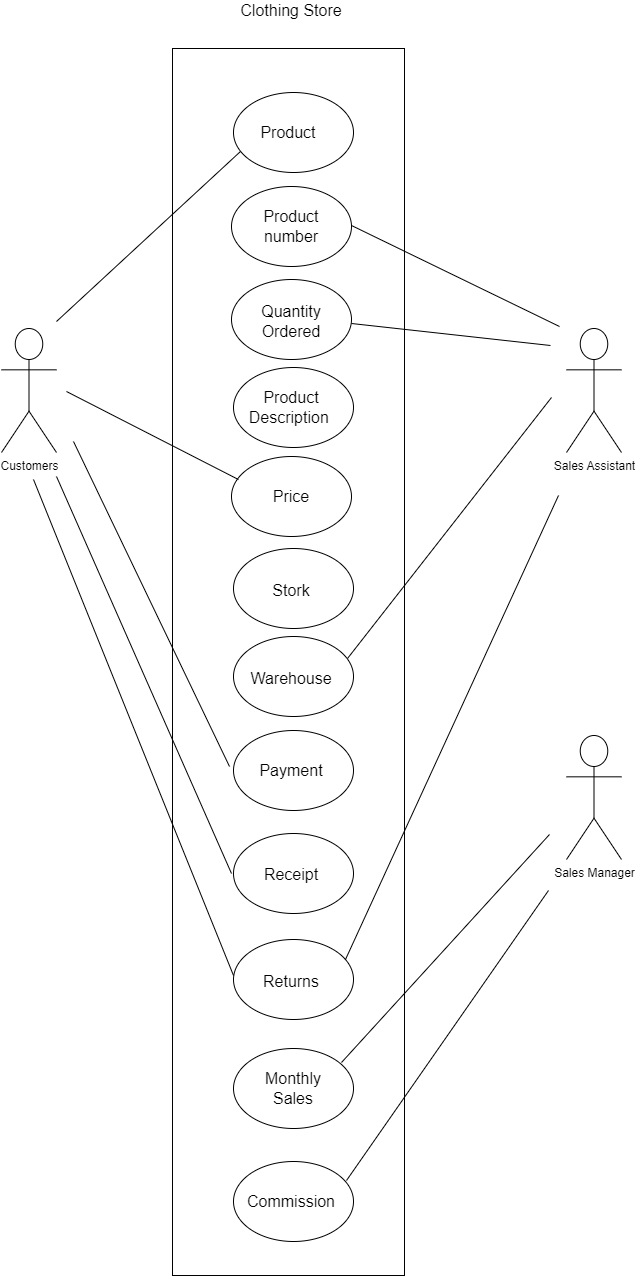
Earlier version of the draw.io export Untitled Diagram.drawio.png (Jessnet7/UML). Source tidied: cells renumbered, new cells last; positions are measured from the earlier drawing's top-left corner, leaving out a move shared by most shapes.
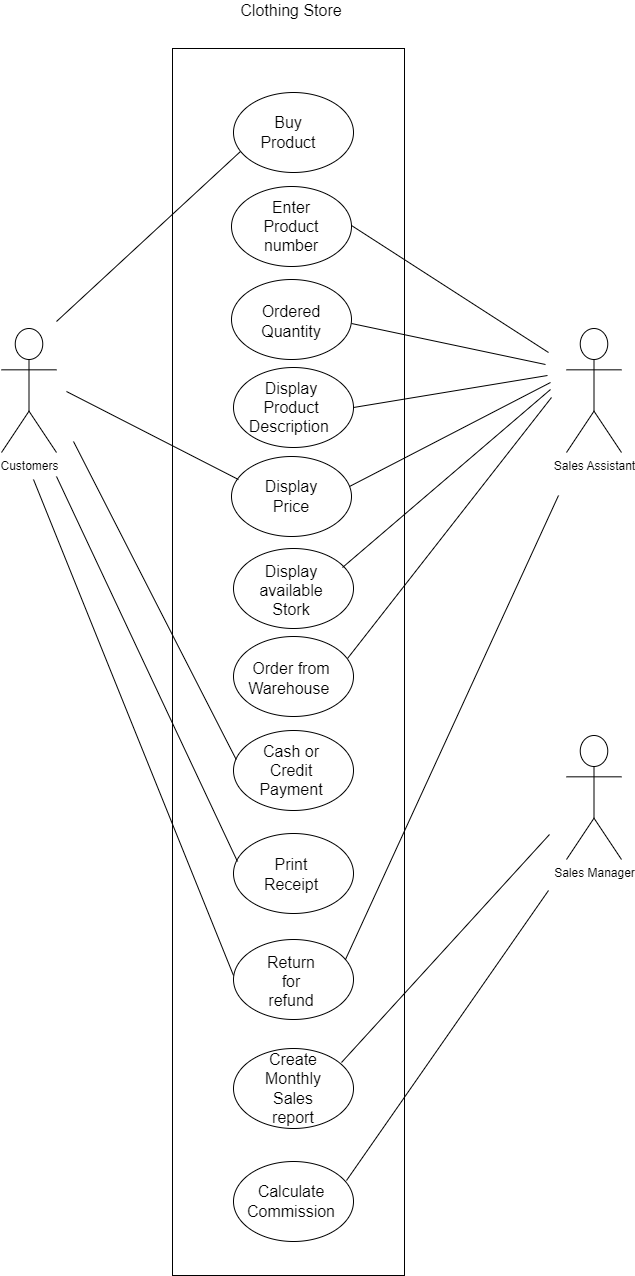
Later version of the same file.

Diff of the diagram source:
```diff
@@ -14,10 +14,10 @@
     <mxCell id="5" style="ellipse;whiteSpace=wrap;html=1;fontSize=13;" parent="1" vertex="1">
       <mxGeometry x="230" y="278" width="120" height="80" as="geometry" />
     </mxCell>
-    <mxCell id="6" value="Product number" style="text;html=1;align=center;verticalAlign=middle;whiteSpace=wrap;rounded=0;fontSize=16;" parent="1" vertex="1">
+    <mxCell id="6" value="Enter&lt;div&gt;Product number&lt;/div&gt;" style="text;html=1;align=center;verticalAlign=middle;whiteSpace=wrap;rounded=0;fontSize=16;" parent="1" vertex="1">
       <mxGeometry x="260" y="210" width="60" height="30" as="geometry" />
     </mxCell>
-    <mxCell id="7" value="Quantity Ordered" style="text;html=1;align=center;verticalAlign=middle;whiteSpace=wrap;rounded=0;fontSize=16;" parent="1" vertex="1">
+    <mxCell id="7" value="Ordered Quantity" style="text;html=1;align=center;verticalAlign=middle;whiteSpace=wrap;rounded=0;fontSize=16;" parent="1" vertex="1">
       <mxGeometry x="260" y="305" width="60" height="30" as="geometry" />
     </mxCell>
     <mxCell id="8" style="ellipse;whiteSpace=wrap;html=1;fontSize=13;" parent="1" vertex="1">
@@ -32,22 +32,27 @@
     <mxCell id="11" style="ellipse;whiteSpace=wrap;html=1;fontSize=13;" parent="1" vertex="1">
       <mxGeometry x="232" y="635" width="120" height="80" as="geometry" />
     </mxCell>
-    <mxCell id="12" value="Product Description&amp;nbsp;" style="text;html=1;align=center;verticalAlign=middle;whiteSpace=wrap;rounded=0;fontSize=16;" parent="1" vertex="1">
+    <mxCell id="12" value="Display Product Description&amp;nbsp;" style="text;html=1;align=center;verticalAlign=middle;whiteSpace=wrap;rounded=0;fontSize=16;" parent="1" vertex="1">
       <mxGeometry x="260" y="391" width="60" height="30" as="geometry" />
     </mxCell>
+    <mxCell id="42" style="edgeStyle=orthogonalEdgeStyle;rounded=0;jettySize=auto;html=1;exitX=1;exitY=0.25;exitDx=0;exitDy=0;" parent="1" edge="1" source="13">
+      <mxGeometry relative="1" as="geometry">
+        <mxPoint x="320" y="488" as="targetPoint" />
+      </mxGeometry>
+    </mxCell>
-    <mxCell id="13" value="Price" style="text;html=1;align=center;verticalAlign=middle;whiteSpace=wrap;rounded=0;fontSize=16;" parent="1" vertex="1">
+    <mxCell id="13" value="Display Price" style="text;html=1;align=center;verticalAlign=middle;whiteSpace=wrap;rounded=0;fontSize=16;" parent="1" vertex="1">
       <mxGeometry x="260" y="480" width="60" height="30" as="geometry" />
     </mxCell>
-    <mxCell id="14" value="Stork" style="text;html=1;align=center;verticalAlign=middle;whiteSpace=wrap;rounded=0;fontSize=16;" parent="1" vertex="1">
+    <mxCell id="14" value="Display available Stork" style="text;html=1;align=center;verticalAlign=middle;whiteSpace=wrap;rounded=0;fontSize=16;" parent="1" vertex="1">
       <mxGeometry x="260" y="574" width="60" height="30" as="geometry" />
     </mxCell>
-    <mxCell id="15" value="Warehouse" style="text;html=1;align=center;verticalAlign=middle;whiteSpace=wrap;rounded=0;fontSize=16;" parent="1" vertex="1">
+    <mxCell id="15" value="Order from&lt;div&gt;Warehouse&amp;nbsp;&lt;/div&gt;" style="text;html=1;align=center;verticalAlign=middle;whiteSpace=wrap;rounded=0;fontSize=16;" parent="1" vertex="1">
       <mxGeometry x="260" y="662" width="60" height="30" as="geometry" />
     </mxCell>
     <mxCell id="16" style="ellipse;whiteSpace=wrap;html=1;fontSize=13;" parent="1" vertex="1">
       <mxGeometry x="232" y="91" width="120" height="80" as="geometry" />
     </mxCell>
-    <mxCell id="17" value="Product" style="text;html=1;align=center;verticalAlign=middle;whiteSpace=wrap;rounded=0;fontSize=16;" parent="1" vertex="1">
+    <mxCell id="17" value="Buy Product" style="text;html=1;align=center;verticalAlign=middle;whiteSpace=wrap;rounded=0;fontSize=16;" parent="1" vertex="1">
       <mxGeometry x="257" y="116" width="60" height="30" as="geometry" />
     </mxCell>
     <mxCell id="18" style="ellipse;whiteSpace=wrap;html=1;fontSize=13;" parent="1" vertex="1">
@@ -59,25 +64,25 @@
     <mxCell id="20" style="ellipse;whiteSpace=wrap;html=1;fontSize=13;" parent="1" vertex="1">
       <mxGeometry x="232" y="938" width="120" height="80" as="geometry" />
     </mxCell>
-    <mxCell id="21" value="Payment" style="text;html=1;align=center;verticalAlign=middle;whiteSpace=wrap;rounded=0;fontSize=16;" parent="1" vertex="1">
+    <mxCell id="21" value="Cash or Credit Payment" style="text;html=1;align=center;verticalAlign=middle;whiteSpace=wrap;rounded=0;fontSize=16;" parent="1" vertex="1">
       <mxGeometry x="260" y="754" width="60" height="30" as="geometry" />
     </mxCell>
-    <mxCell id="22" value="Receipt" style="text;html=1;align=center;verticalAlign=middle;whiteSpace=wrap;rounded=0;fontSize=16;" parent="1" vertex="1">
+    <mxCell id="22" value="Print Receipt" style="text;html=1;align=center;verticalAlign=middle;whiteSpace=wrap;rounded=0;fontSize=16;" parent="1" vertex="1">
       <mxGeometry x="260" y="858" width="60" height="30" as="geometry" />
     </mxCell>
-    <mxCell id="23" value="Returns" style="text;html=1;align=center;verticalAlign=middle;whiteSpace=wrap;rounded=0;fontSize=16;" parent="1" vertex="1">
+    <mxCell id="23" value="Return for refund" style="text;html=1;align=center;verticalAlign=middle;whiteSpace=wrap;rounded=0;fontSize=16;" parent="1" vertex="1">
       <mxGeometry x="260" y="965" width="60" height="30" as="geometry" />
     </mxCell>
     <mxCell id="24" style="ellipse;whiteSpace=wrap;html=1;fontSize=13;" parent="1" vertex="1">
       <mxGeometry x="232" y="1047" width="120" height="80" as="geometry" />
     </mxCell>
-    <mxCell id="25" value="Monthly Sales" style="text;html=1;align=center;verticalAlign=middle;whiteSpace=wrap;rounded=0;fontSize=16;" parent="1" vertex="1">
+    <mxCell id="25" value="Create&lt;div&gt;Monthly Sales report&lt;/div&gt;" style="text;html=1;align=center;verticalAlign=middle;whiteSpace=wrap;rounded=0;fontSize=16;" parent="1" vertex="1">
       <mxGeometry x="262" y="1072" width="60" height="30" as="geometry" />
     </mxCell>
     <mxCell id="26" style="ellipse;whiteSpace=wrap;html=1;fontSize=13;" parent="1" vertex="1">
       <mxGeometry x="232" y="1160" width="120" height="80" as="geometry" />
     </mxCell>
-    <mxCell id="27" value="Commission" style="text;html=1;align=center;verticalAlign=middle;whiteSpace=wrap;rounded=0;fontSize=16;" parent="1" vertex="1">
+    <mxCell id="27" value="Calculate&lt;div&gt;Commission&lt;/div&gt;" style="text;html=1;align=center;verticalAlign=middle;whiteSpace=wrap;rounded=0;fontSize=16;" parent="1" vertex="1">
       <mxGeometry x="260" y="1185" width="60" height="30" as="geometry" />
     </mxCell>
     <mxCell id="28" value="Customers" style="shape=umlActor;verticalLabelPosition=bottom;verticalAlign=top;html=1;" parent="1" vertex="1">
@@ -94,16 +99,14 @@
         <mxPoint x="65" y="390" as="targetPoint" />
       </mxGeometry>
     </mxCell>
-    <mxCell id="31" style="endArrow=none;html=1;rounded=0;fontSize=12;startSize=8;endSize=8;curved=1;" parent="1" edge="1">
+    <mxCell id="31" style="endArrow=none;html=1;rounded=0;fontSize=12;startSize=8;endSize=8;curved=1;entryX=0.022;entryY=0.362;entryDx=0;entryDy=0;entryPerimeter=0;" parent="1" edge="1" target="18">
       <mxGeometry relative="1" as="geometry">
         <mxPoint x="72" y="440" as="sourcePoint" />
-        <mxPoint x="228" y="765" as="targetPoint" />
       </mxGeometry>
     </mxCell>
-    <mxCell id="32" style="endArrow=none;html=1;rounded=0;fontSize=12;startSize=8;endSize=8;curved=1;" parent="1" edge="1">
+    <mxCell id="32" style="endArrow=none;html=1;rounded=0;fontSize=12;startSize=8;endSize=8;curved=1;entryX=0.033;entryY=0.35;entryDx=0;entryDy=0;entryPerimeter=0;" parent="1" edge="1" target="19">
       <mxGeometry relative="1" as="geometry">
         <mxPoint x="55" y="475" as="sourcePoint" />
-        <mxPoint x="230" y="872" as="targetPoint" />
       </mxGeometry>
     </mxCell>
     <mxCell id="33" value="Sales Assistant" style="shape=umlActor;verticalLabelPosition=bottom;verticalAlign=top;html=1;" parent="1" vertex="1">
@@ -112,13 +115,13 @@
     <mxCell id="34" style="endArrow=none;html=1;rounded=0;fontSize=12;startSize=8;endSize=8;curved=1;" parent="1" edge="1">
       <mxGeometry relative="1" as="geometry">
         <mxPoint x="350" y="224" as="sourcePoint" />
-        <mxPoint x="558" y="325" as="targetPoint" />
+        <mxPoint x="547" y="351" as="targetPoint" />
       </mxGeometry>
     </mxCell>
     <mxCell id="35" style="endArrow=none;html=1;rounded=0;fontSize=12;startSize=8;endSize=8;curved=1;" parent="1" edge="1">
       <mxGeometry relative="1" as="geometry">
         <mxPoint x="350" y="322" as="sourcePoint" />
-        <mxPoint x="549" y="344" as="targetPoint" />
+        <mxPoint x="544" y="363" as="targetPoint" />
       </mxGeometry>
     </mxCell>
     <mxCell id="36" style="endArrow=none;html=1;rounded=0;fontSize=12;startSize=8;endSize=8;curved=1;" parent="1" edge="1">
@@ -154,5 +157,22 @@
         <mxPoint x="557" y="494" as="targetPoint" />
       </mxGeometry>
     </mxCell>
+    <mxCell id="43" style="endArrow=none;html=1;rounded=0;exitX=1;exitY=0.5;exitDx=0;exitDy=0;" parent="1" edge="1" source="8">
+      <mxGeometry relative="1" as="geometry">
+        <mxPoint x="546" y="374" as="targetPoint" />
+      </mxGeometry>
+    </mxCell>
+    <mxCell id="44" style="endArrow=none;html=1;rounded=0;" parent="1" edge="1">
+      <mxGeometry relative="1" as="geometry">
+        <mxPoint x="341" y="566" as="sourcePoint" />
+        <mxPoint x="549" y="388" as="targetPoint" />
+      </mxGeometry>
+    </mxCell>
+    <mxCell id="45" style="endArrow=none;html=1;rounded=0;" parent="1" edge="1">
+      <mxGeometry relative="1" as="geometry">
+        <mxPoint x="348" y="485" as="sourcePoint" />
+        <mxPoint x="549" y="381" as="targetPoint" />
+      </mxGeometry>
+    </mxCell>
   </root>
 </mxGraphModel>
```
